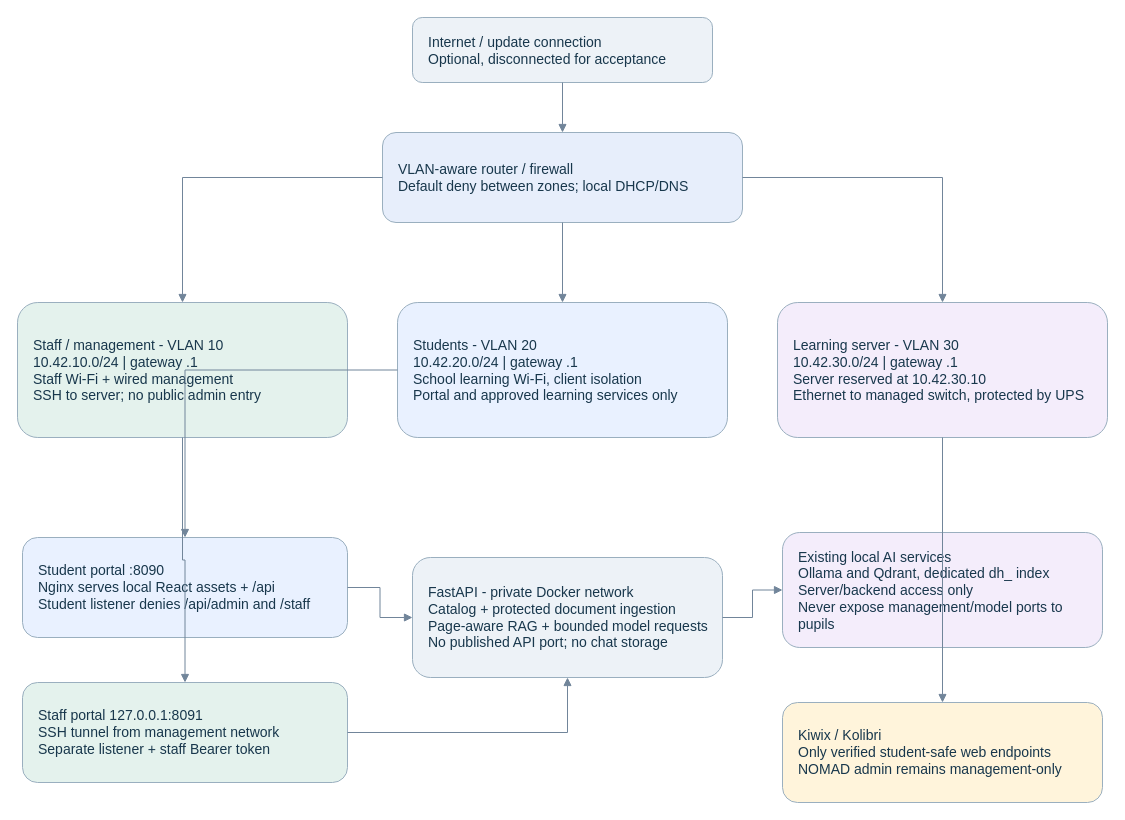
Above: docs/network/school-network.drawio in apil-khadka/LocalLearning (draw.io), before the change. Source tidied: cells renumbered, new cells numbered last; positions are measured from the earlier drawing's top-left corner, leaving out a move shared by most shapes. Both pictures are drawn from the tidied source at 100%, with x=0, y=0 at pixel (17, 17).
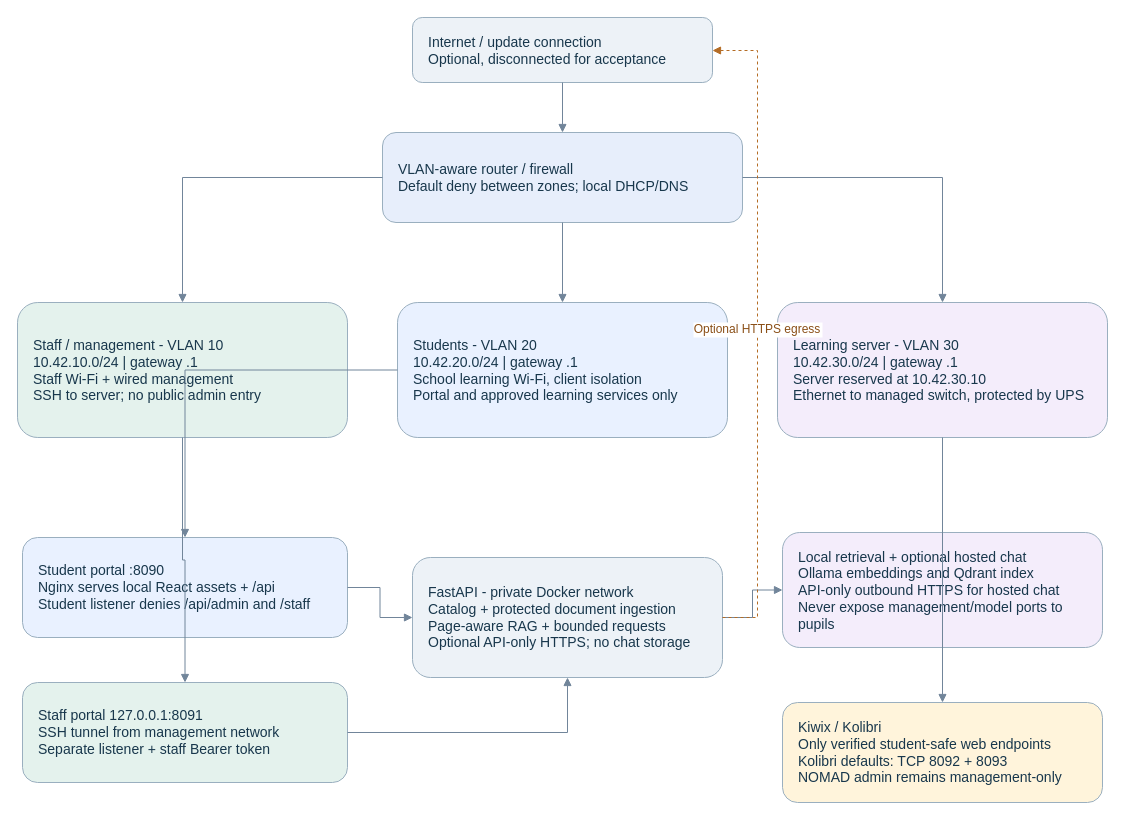
After the change.

Unchanged cells that the change refers to:
```xml
<mxCell id="2" value="Internet / update connection&#10;Optional, disconnected for acceptance" style="rounded=1;whiteSpace=wrap;html=0;fillColor=#edf2f7;strokeColor=#9aafbf;fontColor=#18374c;fontSize=14;align=left;spacingLeft=14;" parent="1" vertex="1">
  <mxGeometry x="395" width="300" height="65" as="geometry" />
</mxCell>
```

Change to the diagram source:
```diff
@@
-    <mxCell id="9" value="FastAPI - private Docker network&#10;Catalog + protected document ingestion&#10;Page-aware RAG + bounded model requests&#10;No published API port; no chat storage" style="rounded=1;whiteSpace=wrap;html=0;fillColor=#edf2f7;strokeColor=#9aafbf;fontColor=#18374c;fontSize=14;align=left;spacingLeft=14;" parent="1" vertex="1">
+    <mxCell id="9" value="FastAPI - private Docker network&#10;Catalog + protected document ingestion&#10;Page-aware RAG + bounded requests&#10;Optional API-only HTTPS; no chat storage" style="rounded=1;whiteSpace=wrap;html=0;fillColor=#edf2f7;strokeColor=#9aafbf;fontColor=#18374c;fontSize=14;align=left;spacingLeft=14;" parent="1" vertex="1">
       <mxGeometry x="395" y="540" width="310" height="120" as="geometry" />
     </mxCell>
-    <mxCell id="10" value="Existing local AI services&#10;Ollama and Qdrant, dedicated dh_ index&#10;Server/backend access only&#10;Never expose management/model ports to pupils" style="rounded=1;whiteSpace=wrap;html=0;fillColor=#f4edfb;strokeColor=#9aafbf;fontColor=#18374c;fontSize=14;align=left;spacingLeft=14;" parent="1" vertex="1">
+    <mxCell id="10" value="Local retrieval + optional hosted chat&#10;Ollama embeddings and Qdrant index&#10;API-only outbound HTTPS for hosted chat&#10;Never expose management/model ports to pupils" style="rounded=1;whiteSpace=wrap;html=0;fillColor=#f4edfb;strokeColor=#9aafbf;fontColor=#18374c;fontSize=14;align=left;spacingLeft=14;" parent="1" vertex="1">
       <mxGeometry x="765" y="515" width="320" height="115" as="geometry" />
     </mxCell>
-    <mxCell id="11" value="Kiwix / Kolibri&#10;Only verified student-safe web endpoints&#10;NOMAD admin remains management-only" style="rounded=1;whiteSpace=wrap;html=0;fillColor=#fff4db;strokeColor=#9aafbf;fontColor=#18374c;fontSize=14;align=left;spacingLeft=14;" parent="1" vertex="1">
+    <mxCell id="11" value="Kiwix / Kolibri&#10;Only verified student-safe web endpoints&#10;Kolibri defaults: TCP 8092 + 8093&#10;NOMAD admin remains management-only" style="rounded=1;whiteSpace=wrap;html=0;fillColor=#fff4db;strokeColor=#9aafbf;fontColor=#18374c;fontSize=14;align=left;spacingLeft=14;" parent="1" vertex="1">
       <mxGeometry x="765" y="685" width="320" height="100" as="geometry" />
     </mxCell>
@@
+    <mxCell id="22" value="Optional HTTPS egress" style="edgeStyle=orthogonalEdgeStyle;rounded=0;jettySize=auto;endArrow=block;strokeColor=#b46c25;dashed=1;fontColor=#8a4f17;fontSize=12;" parent="1" edge="1" source="9" target="2">
+      <mxGeometry relative="1" as="geometry">
+        <Array as="points">
+          <mxPoint x="740" y="600" />
+          <mxPoint x="740" y="33" />
+        </Array>
+      </mxGeometry>
+    </mxCell>
```
